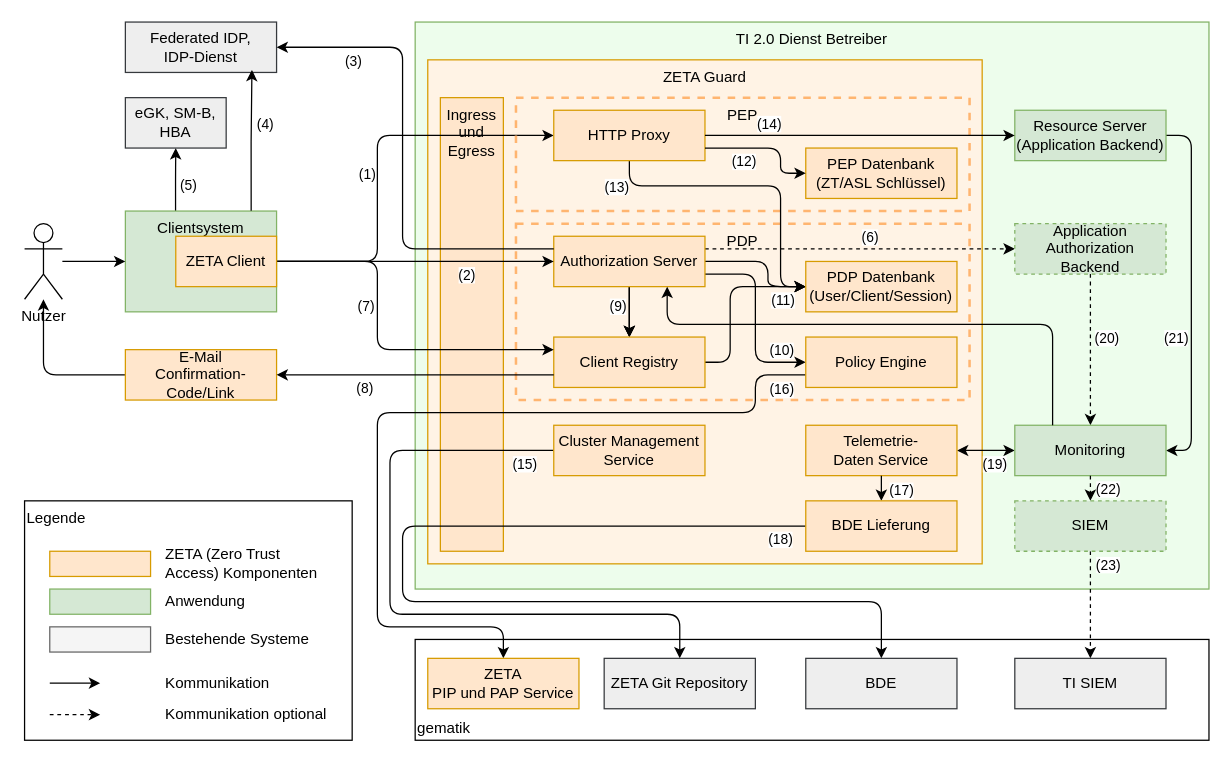
Before: src/drawio/Zero-Trust_Architektur.drawio in gematik/spec-t20r, a draw.io diagram. Source tidied: cells renumbered, new cells numbered last; positions are measured from the earlier drawing's top-left corner, leaving out a move shared by most shapes. Both pictures are drawn from the tidied source at 126%, with x=0, y=0 at pixel (24, 21).
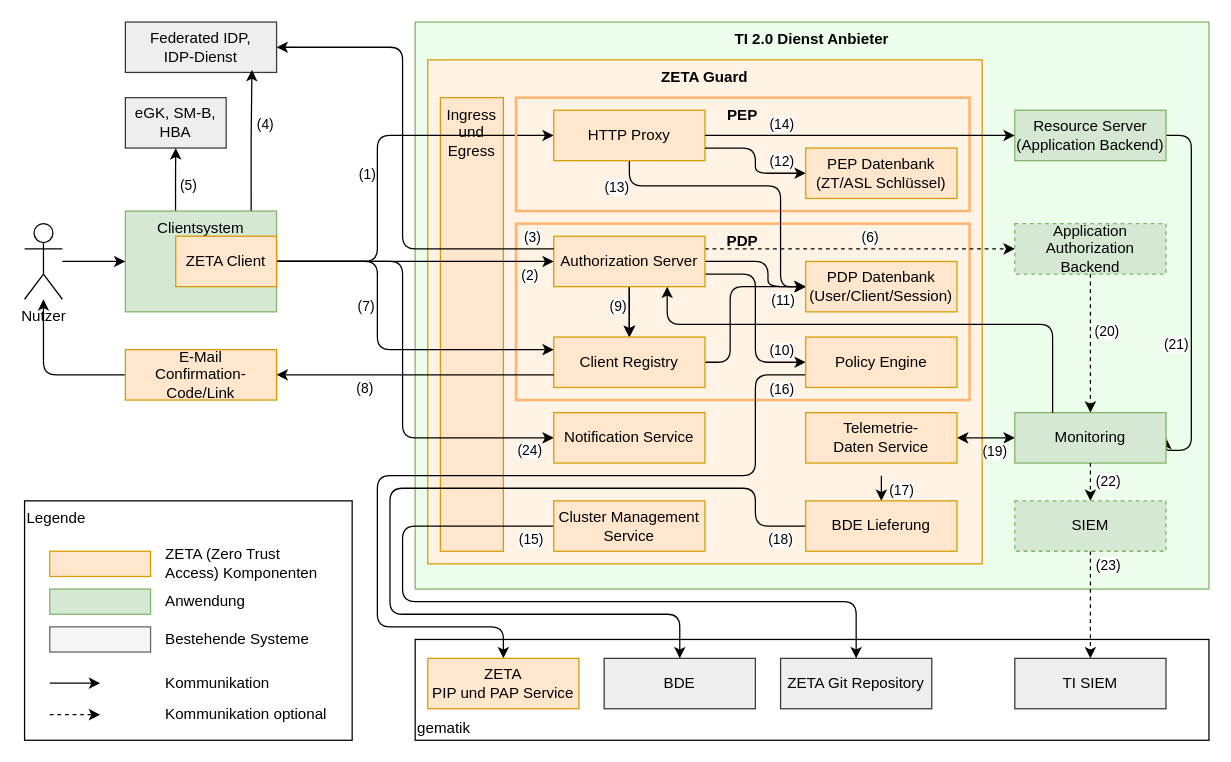
The same diagram, later.

The change refers to these unchanged cells:
```xml
<mxCell id="20" value="Policy Engine" style="rounded=0;whiteSpace=wrap;html=1;fillColor=#ffe6cc;strokeColor=#d79b00;" parent="1" vertex="1">
  <mxGeometry x="620" y="250" width="120" height="40" as="geometry" />
</mxCell>
<mxCell id="53" value="&lt;div&gt;BDE Lieferung&lt;/div&gt;" style="rounded=0;whiteSpace=wrap;html=1;fillColor=#ffe6cc;strokeColor=#d79b00;" parent="1" vertex="1">
  <mxGeometry x="620" y="380" width="120" height="40" as="geometry" />
</mxCell>
<mxCell id="59" value="&lt;div&gt;ZETA&lt;/div&gt;PIP und PAP Service" style="rounded=0;whiteSpace=wrap;html=1;fillColor=#ffe6cc;strokeColor=#d79b00;" parent="1" vertex="1">
  <mxGeometry x="320" y="505" width="120" height="40" as="geometry" />
</mxCell>
<mxCell id="72" style="edgeStyle=orthogonalEdgeStyle;rounded=0;jettySize=auto;html=1;entryX=0;entryY=0.5;entryDx=0;entryDy=0;" parent="1" edge="1" source="42" target="17">
  <mxGeometry relative="1" as="geometry" />
</mxCell>
<mxCell id="78" value="ZETA Client" style="rounded=0;whiteSpace=wrap;html=1;fillColor=#ffe6cc;strokeColor=#d79b00;" parent="1" vertex="1">
  <mxGeometry x="120" y="170" width="80" height="40" as="geometry" />
</mxCell>
<mxCell id="83" value="HTTP Proxy" style="rounded=0;whiteSpace=wrap;html=1;fillColor=#ffe6cc;strokeColor=#d79b00;" parent="1" vertex="1">
  <mxGeometry x="420" y="70" width="120" height="40" as="geometry" />
</mxCell>
<mxCell id="84" style="edgeStyle=orthogonalEdgeStyle;rounded=1;jettySize=auto;html=1;entryX=1;entryY=0.5;entryDx=0;entryDy=0;exitX=0;exitY=0.25;exitDx=0;exitDy=0;curved=0;" parent="1" edge="1" source="17" target="48">
  <mxGeometry relative="1" as="geometry">
    <Array as="points">
      <mxPoint x="300" y="180" />
      <mxPoint x="300" y="20" />
    </Array>
  </mxGeometry>
</mxCell>
<mxCell id="86" style="edgeStyle=orthogonalEdgeStyle;rounded=1;jettySize=auto;html=1;entryX=0;entryY=0.5;entryDx=0;entryDy=0;exitX=1;exitY=0.5;exitDx=0;exitDy=0;curved=0;" parent="1" edge="1" source="83" target="25">
  <mxGeometry relative="1" as="geometry" />
</mxCell>
<mxCell id="89" value="PEP Datenbank&lt;div&gt;(ZT/ASL Schlüssel)&lt;/div&gt;" style="rounded=0;whiteSpace=wrap;html=1;fillColor=#ffe6cc;strokeColor=#d79b00;" parent="1" vertex="1">
  <mxGeometry x="620" y="100" width="120" height="40" as="geometry" />
</mxCell>
```

What changed in the source:
```diff
@@
-    <mxCell id="2" value="TI 2.0 Dienst Betreiber" style="rounded=0;whiteSpace=wrap;html=1;fillColor=#edfdec;strokeColor=#82b366;align=center;verticalAlign=top;" parent="1" vertex="1">
+    <mxCell id="2" value="&lt;b&gt;TI 2.0 Dienst Anbieter&lt;/b&gt;" style="rounded=0;whiteSpace=wrap;html=1;fillColor=#edfdec;strokeColor=#82b366;align=center;verticalAlign=top;" parent="1" vertex="1">
       <mxGeometry x="310" width="630" height="450" as="geometry" />
     </mxCell>
-    <mxCell id="3" value="ZETA Guard" style="rounded=0;whiteSpace=wrap;html=1;align=center;verticalAlign=top;fillColor=#fff3e5;strokeColor=#d79b00;" parent="1" vertex="1">
+    <mxCell id="3" value="&lt;b&gt;ZETA Guard&lt;/b&gt;" style="rounded=0;whiteSpace=wrap;html=1;align=center;verticalAlign=top;fillColor=#fff3e5;strokeColor=#d79b00;" parent="1" vertex="1">
       <mxGeometry x="320" y="30" width="440" height="400" as="geometry" />
     </mxCell>
@@
-    <mxCell id="7" value="PDP" style="rounded=0;whiteSpace=wrap;html=1;fillColor=none;verticalAlign=top;strokeColor=#FFB570;dashed=1;strokeWidth=2;" parent="1" vertex="1">
+    <mxCell id="7" value="&lt;b&gt;PDP&lt;/b&gt;" style="rounded=0;whiteSpace=wrap;html=1;fillColor=none;verticalAlign=top;strokeColor=#FFB570;strokeWidth=2;glass=0;shadow=0;" parent="1" vertex="1">
       <mxGeometry x="390" y="160" width="360" height="140" as="geometry" />
     </mxCell>
@@
     <mxCell id="18" style="edgeStyle=orthogonalEdgeStyle;rounded=1;jettySize=auto;html=1;entryX=0.5;entryY=0;entryDx=0;entryDy=0;exitX=0;exitY=0.75;exitDx=0;exitDy=0;curved=0;" parent="1" edge="1" source="20" target="59">
       <mxGeometry relative="1" as="geometry">
         <Array as="points">
           <mxPoint x="580" y="280" />
-          <mxPoint x="580" y="310" />
-          <mxPoint x="280" y="310" />
+          <mxPoint x="580" y="360" />
+          <mxPoint x="280" y="360" />
           <mxPoint x="280" y="480" />
           <mxPoint x="380" y="480" />
         </Array>
       </mxGeometry>
     </mxCell>
@@
     <mxCell id="31" value="Telemetrie-Daten&amp;nbsp;&lt;span style=&quot;background-color: initial;&quot;&gt;Service&lt;/span&gt;" style="rounded=0;whiteSpace=wrap;html=1;fillColor=#ffe6cc;strokeColor=#d79b00;" parent="1" vertex="1">
-      <mxGeometry x="620" y="320" width="120" height="40" as="geometry" />
+      <mxGeometry x="620" y="310" width="120" height="40" as="geometry" />
     </mxCell>
     <mxCell id="32" style="edgeStyle=orthogonalEdgeStyle;rounded=1;jettySize=auto;html=1;entryX=0.5;entryY=0;entryDx=0;entryDy=0;curved=0;exitX=0;exitY=0.5;exitDx=0;exitDy=0;" parent="1" edge="1" source="34" target="61">
       <mxGeometry relative="1" as="geometry">
         <Array as="points">
-          <mxPoint x="290" y="340" />
-          <mxPoint x="290" y="470" />
-          <mxPoint x="520" y="470" />
+          <mxPoint x="300" y="400" />
+          <mxPoint x="300" y="460" />
+          <mxPoint x="660" y="460" />
         </Array>
       </mxGeometry>
     </mxCell>
     <mxCell id="33" value="(15)" style="edgeLabel;html=1;align=center;verticalAlign=middle;" parent="32" vertex="1">
       <mxGeometry x="-0.91" y="1" relative="1" as="geometry">
-        <mxPoint y="9" as="offset" />
+        <mxPoint x="7" y="9" as="offset" />
       </mxGeometry>
     </mxCell>
     <mxCell id="34" value="Cluster Management&lt;div&gt;Service&lt;/div&gt;" style="rounded=0;whiteSpace=wrap;html=1;fillColor=#ffe6cc;strokeColor=#d79b00;" parent="1" vertex="1">
-      <mxGeometry x="420" y="320" width="120" height="40" as="geometry" />
+      <mxGeometry x="420" y="380" width="120" height="40" as="geometry" />
     </mxCell>
@@
     <mxCell id="37" value="&lt;div&gt;Monitoring&lt;/div&gt;" style="rounded=0;whiteSpace=wrap;html=1;fillColor=#d5e8d4;strokeColor=#82b366;" parent="1" vertex="1">
-      <mxGeometry x="785.9" y="320" width="120" height="40" as="geometry" />
+      <mxGeometry x="785.9" y="310" width="120" height="40" as="geometry" />
     </mxCell>
@@
     <mxCell id="51" style="edgeStyle=orthogonalEdgeStyle;rounded=1;jettySize=auto;html=1;entryX=0.5;entryY=0;entryDx=0;entryDy=0;exitX=0;exitY=0.5;exitDx=0;exitDy=0;curved=0;" parent="1" edge="1" source="53" target="58">
       <mxGeometry relative="1" as="geometry">
         <Array as="points">
-          <mxPoint x="300" y="400" />
-          <mxPoint x="300" y="460" />
-          <mxPoint x="680" y="460" />
+          <mxPoint x="580" y="400" />
+          <mxPoint x="580" y="370" />
+          <mxPoint x="290" y="370" />
+          <mxPoint x="290" y="470" />
+          <mxPoint x="520" y="470" />
         </Array>
       </mxGeometry>
     </mxCell>
     <mxCell id="52" value="(18)" style="edgeLabel;html=1;align=center;verticalAlign=middle;" parent="51" vertex="1">
       <mxGeometry x="-0.73" relative="1" as="geometry">
-        <mxPoint x="88" y="10" as="offset" />
+        <mxPoint x="47" y="40" as="offset" />
       </mxGeometry>
     </mxCell>
@@
     <mxCell id="58" value="&lt;div&gt;BDE&lt;/div&gt;" style="rounded=0;whiteSpace=wrap;html=1;fillColor=#eeeeee;strokeColor=#36393d;" parent="1" vertex="1">
-      <mxGeometry x="620" y="505" width="120" height="40" as="geometry" />
+      <mxGeometry x="460" y="505" width="120" height="40" as="geometry" />
     </mxCell>
@@
     <mxCell id="61" value="ZETA Git&amp;nbsp;&lt;span style=&quot;background-color: initial;&quot;&gt;Repository&lt;/span&gt;" style="rounded=0;whiteSpace=wrap;html=1;fillColor=#eeeeee;strokeColor=#36393d;" parent="1" vertex="1">
-      <mxGeometry x="460" y="505" width="120" height="40" as="geometry" />
+      <mxGeometry x="600" y="505" width="120" height="40" as="geometry" />
     </mxCell>
@@
     <mxCell id="73" value="(2)" style="edgeLabel;html=1;align=center;verticalAlign=middle;" parent="72" vertex="1">
       <mxGeometry x="-0.47" y="-3" relative="1" as="geometry">
-        <mxPoint x="92" y="7" as="offset" />
+        <mxPoint x="142" y="7" as="offset" />
       </mxGeometry>
     </mxCell>
@@
+    <mxCell id="94" style="edgeStyle=orthogonalEdgeStyle;rounded=1;jettySize=auto;html=1;entryX=0;entryY=0.5;entryDx=0;entryDy=0;curved=0;" parent="1" edge="1" source="78" target="96">
+      <mxGeometry relative="1" as="geometry">
+        <Array as="points">
+          <mxPoint x="300" y="190" />
+          <mxPoint x="300" y="330" />
+        </Array>
+      </mxGeometry>
+    </mxCell>
+    <mxCell id="95" value="(24)" style="edgeLabel;html=1;align=center;verticalAlign=middle;" parent="94" vertex="1">
+      <mxGeometry x="0.29" y="-2" relative="1" as="geometry">
+        <mxPoint x="102" y="17" as="offset" />
+      </mxGeometry>
+    </mxCell>
@@
-    <mxCell id="79" value="PEP" style="rounded=0;whiteSpace=wrap;html=1;fillColor=none;verticalAlign=top;strokeColor=#FFB570;dashed=1;strokeWidth=2;" parent="1" vertex="1">
+    <mxCell id="79" value="&lt;b&gt;PEP&lt;/b&gt;" style="rounded=0;whiteSpace=wrap;html=1;fillColor=none;verticalAlign=top;strokeColor=#FFB570;strokeWidth=2;" parent="1" vertex="1">
       <mxGeometry x="390" y="60" width="360" height="90" as="geometry" />
     </mxCell>
@@
     <mxCell id="85" value="(3)" style="edgeLabel;html=1;align=center;verticalAlign=middle;" parent="84" vertex="1">
       <mxGeometry y="1" relative="1" as="geometry">
-        <mxPoint x="-39" y="-80" as="offset" />
+        <mxPoint x="103" y="60" as="offset" />
       </mxGeometry>
     </mxCell>
@@
     <mxCell id="87" value="(14)" style="edgeLabel;html=1;align=center;verticalAlign=middle;" parent="86" vertex="1">
       <mxGeometry x="-0.4" y="1" relative="1" as="geometry">
-        <mxPoint x="-24" y="-9" as="offset" />
+        <mxPoint x="-14" y="-9" as="offset" />
       </mxGeometry>
     </mxCell>
@@
     <mxCell id="90" style="edgeStyle=orthogonalEdgeStyle;rounded=1;jettySize=auto;html=1;curved=0;exitX=1;exitY=0.75;exitDx=0;exitDy=0;entryX=0;entryY=0.5;entryDx=0;entryDy=0;" parent="1" edge="1" source="83" target="89">
       <mxGeometry relative="1" as="geometry">
         <Array as="points">
-          <mxPoint x="600" y="100" />
-          <mxPoint x="600" y="120" />
+          <mxPoint x="580" y="100" />
+          <mxPoint x="580" y="120" />
         </Array>
       </mxGeometry>
     </mxCell>
     <mxCell id="91" value="(12)" style="edgeLabel;html=1;align=center;verticalAlign=middle;" parent="90" vertex="1">
       <mxGeometry x="-0.22" y="-2" relative="1" as="geometry">
-        <mxPoint x="-9" y="8" as="offset" />
+        <mxPoint x="21" y="8" as="offset" />
       </mxGeometry>
     </mxCell>
@@
+    <mxCell id="96" value="&lt;div&gt;Notification Service&lt;/div&gt;" style="rounded=0;whiteSpace=wrap;html=1;fillColor=#ffe6cc;strokeColor=#d79b00;" parent="1" vertex="1">
+      <mxGeometry x="420" y="310" width="120" height="40" as="geometry" />
+    </mxCell>
```
